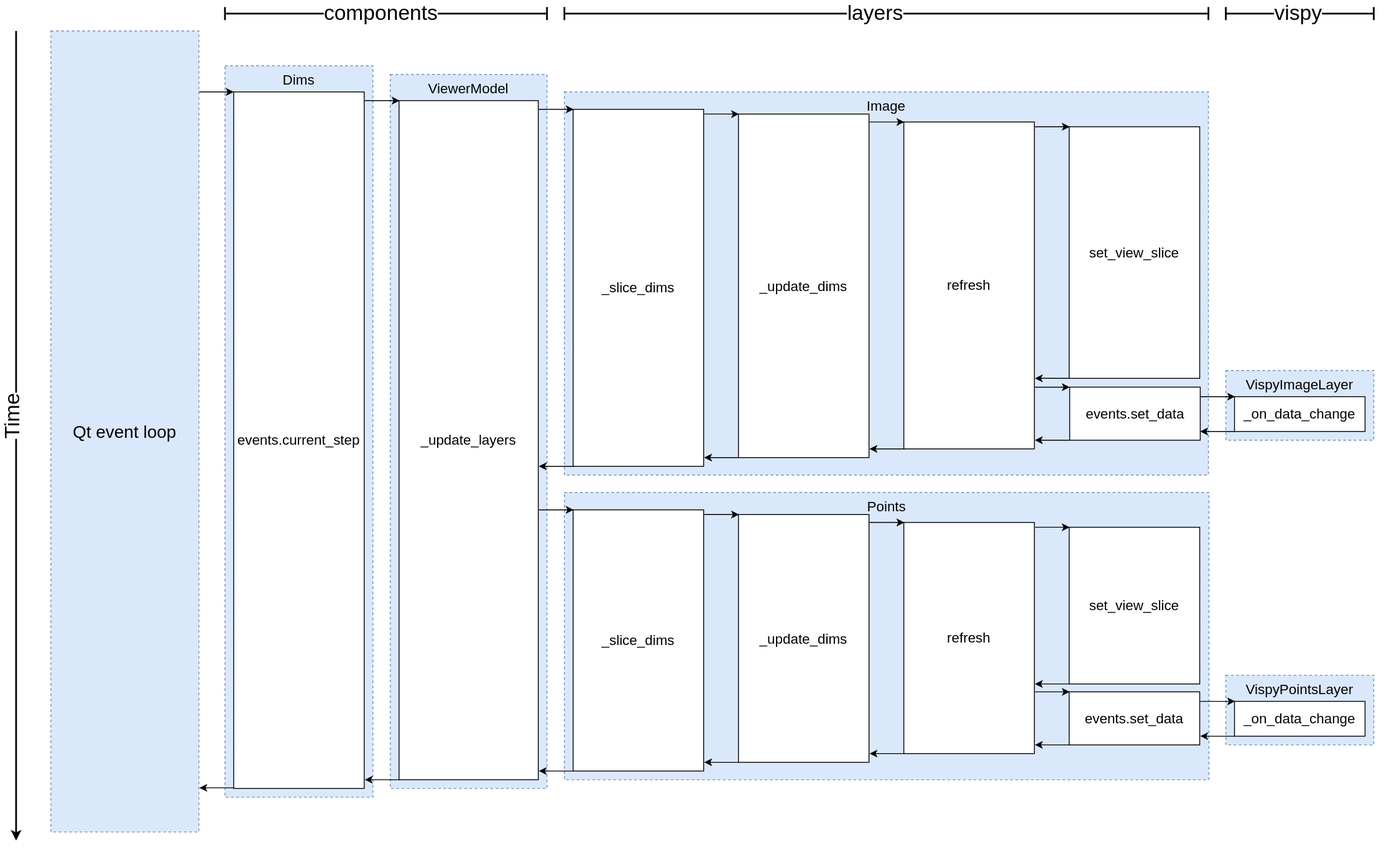
Above: napari-slicing-sync-calls.drawio.svg in andy-sweet/napari-diagrams (draw.io), before the change. Source tidied: cells renumbered, new cells last; positions are measured from the earlier drawing's top-left corner, leaving out a move shared by most shapes.
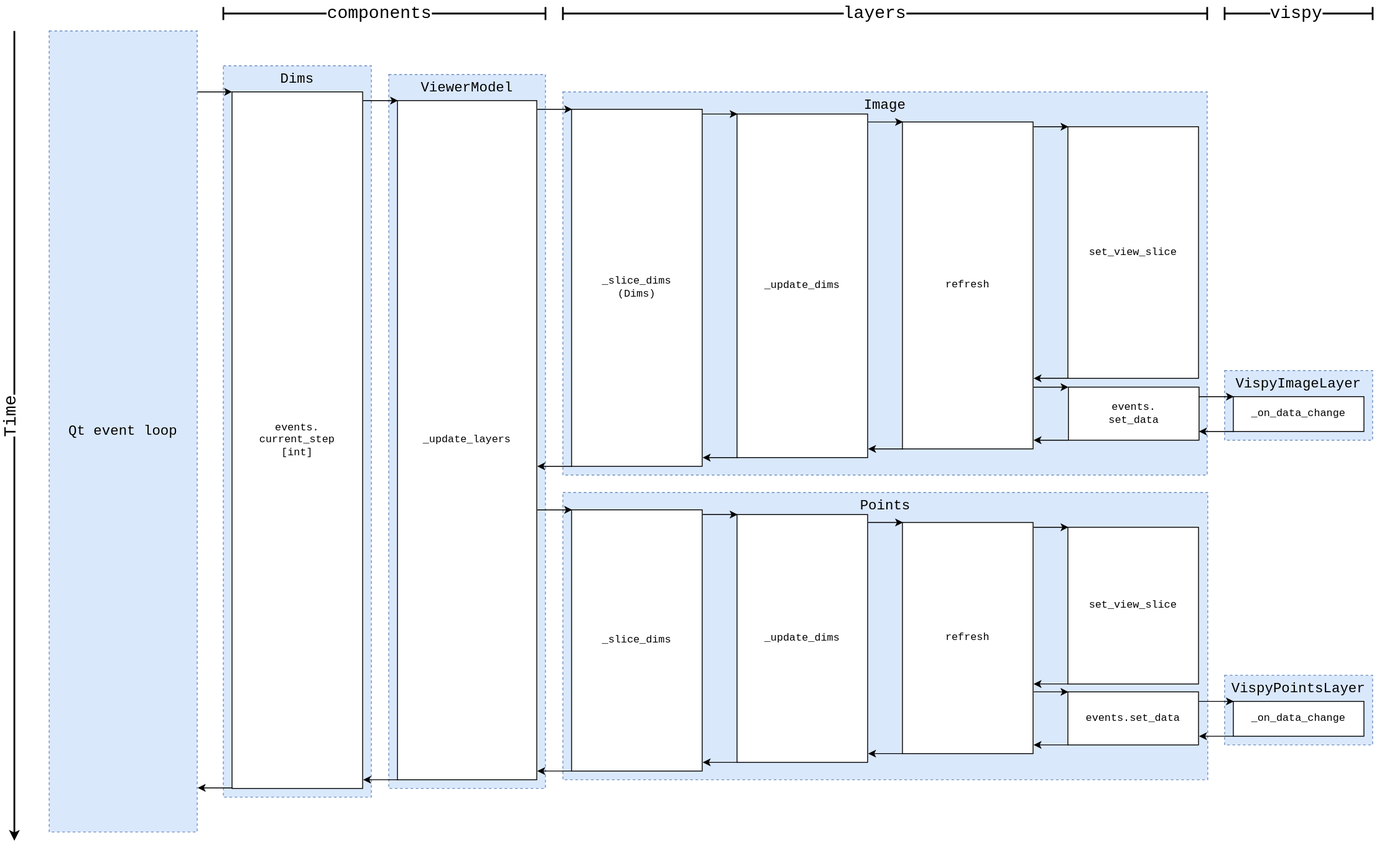
After the commit.

Change to the diagram source:
```diff
@@ -4,39 +4,39 @@
     <mxCell id="1" parent="0" />
-    <mxCell id="2" value="VispyPointsLayer" style="rounded=0;whiteSpace=wrap;html=1;verticalAlign=top;align=center;spacingLeft=0;spacingTop=0;dashed=1;fillColor=#dae8fc;strokeColor=#6c8ebf;fontSize=16;" parent="1" vertex="1">
+    <mxCell id="2" value="VispyPointsLayer" style="rounded=0;whiteSpace=wrap;html=1;verticalAlign=top;align=center;spacingLeft=0;spacingTop=0;dashed=1;fillColor=#dae8fc;strokeColor=#6c8ebf;fontSize=16;fontFamily=Courier New;" parent="1" vertex="1">
       <mxGeometry x="1390" y="760" width="170" height="80" as="geometry" />
     </mxCell>
-    <mxCell id="3" value="VispyImageLayer" style="rounded=0;whiteSpace=wrap;html=1;verticalAlign=top;align=center;spacingLeft=0;spacingTop=0;dashed=1;fillColor=#dae8fc;strokeColor=#6c8ebf;fontSize=16;" parent="1" vertex="1">
+    <mxCell id="3" value="VispyImageLayer" style="rounded=0;whiteSpace=wrap;html=1;verticalAlign=top;align=center;spacingLeft=0;spacingTop=0;dashed=1;fillColor=#dae8fc;strokeColor=#6c8ebf;fontSize=16;fontFamily=Courier New;" parent="1" vertex="1">
       <mxGeometry x="1390" y="410" width="170" height="80" as="geometry" />
     </mxCell>
-    <mxCell id="4" value="ViewerModel" style="rounded=0;whiteSpace=wrap;html=1;verticalAlign=top;align=center;spacingLeft=0;spacingTop=0;dashed=1;fillColor=#dae8fc;strokeColor=#6c8ebf;fontSize=16;" parent="1" vertex="1">
+    <mxCell id="4" value="ViewerModel" style="rounded=0;whiteSpace=wrap;html=1;verticalAlign=top;align=center;spacingLeft=0;spacingTop=0;dashed=1;fillColor=#dae8fc;strokeColor=#6c8ebf;fontSize=16;fontFamily=Courier New;" parent="1" vertex="1">
       <mxGeometry x="430" y="70" width="180" height="820" as="geometry" />
     </mxCell>
-    <mxCell id="5" value="_update_layers" style="rounded=0;whiteSpace=wrap;html=1;fontSize=16;" parent="1" vertex="1">
+    <mxCell id="5" value="_update_layers" style="rounded=0;whiteSpace=wrap;html=1;fontSize=12;fontFamily=Courier New;" parent="1" vertex="1">
       <mxGeometry x="440" y="100" width="160" height="780" as="geometry" />
     </mxCell>
-    <mxCell id="6" value="Dims" style="rounded=0;whiteSpace=wrap;html=1;verticalAlign=top;align=center;spacingLeft=0;spacingTop=0;dashed=1;fillColor=#dae8fc;strokeColor=#6c8ebf;fontSize=16;" parent="1" vertex="1">
+    <mxCell id="6" value="Dims" style="rounded=0;whiteSpace=wrap;html=1;verticalAlign=top;align=center;spacingLeft=0;spacingTop=0;dashed=1;fillColor=#dae8fc;strokeColor=#6c8ebf;fontSize=16;fontFamily=Courier New;" parent="1" vertex="1">
       <mxGeometry x="240" y="60" width="170" height="840" as="geometry" />
     </mxCell>
-    <mxCell id="7" value="events.current_step" style="rounded=0;whiteSpace=wrap;html=1;fontSize=16;" parent="1" vertex="1">
+    <mxCell id="7" value="events.&lt;br style=&quot;font-size: 12px;&quot;&gt;current_step&lt;br style=&quot;font-size: 12px;&quot;&gt;[int]" style="rounded=0;whiteSpace=wrap;html=1;fontSize=12;fontFamily=Courier New;" parent="1" vertex="1">
       <mxGeometry x="250" y="90" width="150" height="800" as="geometry" />
     </mxCell>
-    <mxCell id="8" value="Image" style="rounded=0;whiteSpace=wrap;html=1;verticalAlign=top;align=center;spacingLeft=0;spacingTop=0;dashed=1;fillColor=#dae8fc;strokeColor=#6c8ebf;fontSize=16;" parent="1" vertex="1">
+    <mxCell id="8" value="Image" style="rounded=0;whiteSpace=wrap;html=1;verticalAlign=top;align=center;spacingLeft=0;spacingTop=0;dashed=1;fillColor=#dae8fc;strokeColor=#6c8ebf;fontSize=16;fontFamily=Courier New;" parent="1" vertex="1">
       <mxGeometry x="630" y="90" width="740" height="440" as="geometry" />
     </mxCell>
-    <mxCell id="9" value="_slice_dims" style="rounded=0;whiteSpace=wrap;html=1;fontSize=16;" parent="1" vertex="1">
+    <mxCell id="9" value="_slice_dims&lt;br&gt;(Dims)" style="rounded=0;whiteSpace=wrap;html=1;fontSize=12;fontFamily=Courier New;" parent="1" vertex="1">
       <mxGeometry x="640" y="110" width="150" height="410" as="geometry" />
     </mxCell>
-    <mxCell id="10" value="_update_dims" style="rounded=0;whiteSpace=wrap;html=1;fontSize=16;" parent="1" vertex="1">
+    <mxCell id="10" value="_update_dims" style="rounded=0;whiteSpace=wrap;html=1;fontSize=12;fontFamily=Courier New;" parent="1" vertex="1">
       <mxGeometry x="830" y="115.4" width="150" height="394.6" as="geometry" />
     </mxCell>
-    <mxCell id="11" value="refresh" style="rounded=0;whiteSpace=wrap;html=1;fontSize=16;" parent="1" vertex="1">
+    <mxCell id="11" value="refresh" style="rounded=0;whiteSpace=wrap;html=1;fontSize=12;fontFamily=Courier New;" parent="1" vertex="1">
       <mxGeometry x="1020" y="124.5" width="150" height="375.5" as="geometry" />
     </mxCell>
-    <mxCell id="12" value="set_view_slice" style="rounded=0;whiteSpace=wrap;html=1;fontSize=16;" parent="1" vertex="1">
+    <mxCell id="12" value="set_view_slice" style="rounded=0;whiteSpace=wrap;html=1;fontSize=12;fontFamily=Courier New;" parent="1" vertex="1">
       <mxGeometry x="1210" y="130" width="150" height="289" as="geometry" />
     </mxCell>
-    <mxCell id="13" value="events.set_data" style="rounded=0;whiteSpace=wrap;html=1;fontSize=16;" parent="1" vertex="1">
+    <mxCell id="13" value="events.&lt;br&gt;set_data" style="rounded=0;whiteSpace=wrap;html=1;fontSize=12;fontFamily=Courier New;" parent="1" vertex="1">
       <mxGeometry x="1210.6" y="429.1" width="150" height="60.9" as="geometry" />
     </mxCell>
-    <mxCell id="14" style="endArrow=classic;html=1;rounded=0;" parent="1" edge="1">
+    <mxCell id="14" style="endArrow=classic;html=1;rounded=0;fontFamily=Courier New;" parent="1" edge="1">
       <mxGeometry relative="1" as="geometry">
@@ -46,3 +46,3 @@
     </mxCell>
-    <mxCell id="15" style="endArrow=classic;html=1;rounded=0;" parent="1" edge="1">
+    <mxCell id="15" style="endArrow=classic;html=1;rounded=0;fontFamily=Courier New;" parent="1" edge="1">
       <mxGeometry relative="1" as="geometry">
@@ -52,3 +52,3 @@
     </mxCell>
-    <mxCell id="16" style="endArrow=classic;html=1;rounded=0;" parent="1" edge="1">
+    <mxCell id="16" style="endArrow=classic;html=1;rounded=0;fontFamily=Courier New;" parent="1" edge="1">
       <mxGeometry relative="1" as="geometry">
@@ -58,3 +58,3 @@
     </mxCell>
-    <mxCell id="17" style="endArrow=classic;html=1;rounded=0;" parent="1" edge="1">
+    <mxCell id="17" style="endArrow=classic;html=1;rounded=0;fontFamily=Courier New;" parent="1" edge="1">
       <mxGeometry relative="1" as="geometry">
@@ -64,3 +64,3 @@
     </mxCell>
-    <mxCell id="18" style="endArrow=classic;html=1;rounded=0;" parent="1" edge="1">
+    <mxCell id="18" style="endArrow=classic;html=1;rounded=0;fontFamily=Courier New;" parent="1" edge="1">
       <mxGeometry relative="1" as="geometry">
@@ -70,3 +70,3 @@
     </mxCell>
-    <mxCell id="19" style="endArrow=classic;html=1;rounded=0;" parent="1" edge="1">
+    <mxCell id="19" style="endArrow=classic;html=1;rounded=0;fontFamily=Courier New;" parent="1" edge="1">
       <mxGeometry relative="1" as="geometry">
@@ -76,3 +76,3 @@
     </mxCell>
-    <mxCell id="20" style="endArrow=classic;html=1;rounded=0;" parent="1" edge="1">
+    <mxCell id="20" style="endArrow=classic;html=1;rounded=0;fontFamily=Courier New;" parent="1" edge="1">
       <mxGeometry relative="1" as="geometry">
@@ -82,3 +82,3 @@
     </mxCell>
-    <mxCell id="21" style="endArrow=classic;html=1;rounded=0;" parent="1" edge="1">
+    <mxCell id="21" style="endArrow=classic;html=1;rounded=0;fontFamily=Courier New;" parent="1" edge="1">
       <mxGeometry relative="1" as="geometry">
@@ -88,3 +88,3 @@
     </mxCell>
-    <mxCell id="22" style="endArrow=classic;html=1;rounded=0;" parent="1" edge="1">
+    <mxCell id="22" style="endArrow=classic;html=1;rounded=0;fontFamily=Courier New;" parent="1" edge="1">
       <mxGeometry relative="1" as="geometry">
@@ -94,3 +94,3 @@
     </mxCell>
-    <mxCell id="23" style="endArrow=classic;html=1;rounded=0;" parent="1" edge="1">
+    <mxCell id="23" style="endArrow=classic;html=1;rounded=0;fontFamily=Courier New;" parent="1" edge="1">
       <mxGeometry relative="1" as="geometry">
@@ -100,3 +100,3 @@
     </mxCell>
-    <mxCell id="24" style="endArrow=classic;html=1;rounded=0;" parent="1" edge="1">
+    <mxCell id="24" style="endArrow=classic;html=1;rounded=0;fontFamily=Courier New;" parent="1" edge="1">
       <mxGeometry relative="1" as="geometry">
@@ -106,3 +106,3 @@
     </mxCell>
-    <mxCell id="25" style="endArrow=classic;html=1;rounded=0;" parent="1" edge="1">
+    <mxCell id="25" style="endArrow=classic;html=1;rounded=0;fontFamily=Courier New;" parent="1" edge="1">
       <mxGeometry relative="1" as="geometry">
@@ -112,3 +112,3 @@
     </mxCell>
-    <mxCell id="26" style="endArrow=classic;html=1;rounded=0;" parent="1" edge="1">
+    <mxCell id="26" style="endArrow=classic;html=1;rounded=0;fontFamily=Courier New;" parent="1" edge="1">
       <mxGeometry relative="1" as="geometry">
@@ -118,3 +118,3 @@
     </mxCell>
-    <mxCell id="27" style="endArrow=classic;html=1;rounded=0;" parent="1" edge="1">
+    <mxCell id="27" style="endArrow=classic;html=1;rounded=0;fontFamily=Courier New;" parent="1" edge="1">
       <mxGeometry relative="1" as="geometry">
@@ -124,3 +124,3 @@
     </mxCell>
-    <mxCell id="28" style="endArrow=classic;html=1;rounded=0;" parent="1" edge="1">
+    <mxCell id="28" style="endArrow=classic;html=1;rounded=0;fontFamily=Courier New;" parent="1" edge="1">
       <mxGeometry relative="1" as="geometry">
@@ -130,3 +130,3 @@
     </mxCell>
-    <mxCell id="29" style="endArrow=classic;html=1;rounded=0;" parent="1" edge="1">
+    <mxCell id="29" style="endArrow=classic;html=1;rounded=0;fontFamily=Courier New;" parent="1" edge="1">
       <mxGeometry relative="1" as="geometry">
@@ -136,21 +136,21 @@
     </mxCell>
-    <mxCell id="30" value="Points" style="rounded=0;whiteSpace=wrap;html=1;verticalAlign=top;align=center;spacingLeft=0;spacingTop=0;dashed=1;fillColor=#dae8fc;strokeColor=#6c8ebf;fontSize=16;" parent="1" vertex="1">
+    <mxCell id="30" value="Points" style="rounded=0;whiteSpace=wrap;html=1;verticalAlign=top;align=center;spacingLeft=0;spacingTop=0;dashed=1;fillColor=#dae8fc;strokeColor=#6c8ebf;fontSize=16;fontFamily=Courier New;" parent="1" vertex="1">
       <mxGeometry x="630" y="550" width="740.6" height="330" as="geometry" />
     </mxCell>
-    <mxCell id="31" value="_slice_dims" style="rounded=0;whiteSpace=wrap;html=1;fontSize=16;" parent="1" vertex="1">
+    <mxCell id="31" value="_slice_dims" style="rounded=0;whiteSpace=wrap;html=1;fontSize=12;fontFamily=Courier New;" parent="1" vertex="1">
       <mxGeometry x="640" y="570" width="150" height="300" as="geometry" />
     </mxCell>
-    <mxCell id="32" value="_update_dims" style="rounded=0;whiteSpace=wrap;html=1;fontSize=16;" parent="1" vertex="1">
+    <mxCell id="32" value="_update_dims" style="rounded=0;whiteSpace=wrap;html=1;fontSize=12;fontFamily=Courier New;" parent="1" vertex="1">
       <mxGeometry x="830" y="575.5" width="150" height="284.6" as="geometry" />
     </mxCell>
-    <mxCell id="33" value="refresh" style="rounded=0;whiteSpace=wrap;html=1;fontSize=16;" parent="1" vertex="1">
+    <mxCell id="33" value="refresh" style="rounded=0;whiteSpace=wrap;html=1;fontSize=12;fontFamily=Courier New;" parent="1" vertex="1">
       <mxGeometry x="1020" y="584.5" width="150" height="265.5" as="geometry" />
     </mxCell>
-    <mxCell id="34" value="set_view_slice" style="rounded=0;whiteSpace=wrap;html=1;fontSize=16;" parent="1" vertex="1">
+    <mxCell id="34" value="set_view_slice" style="rounded=0;whiteSpace=wrap;html=1;fontSize=12;fontFamily=Courier New;" parent="1" vertex="1">
       <mxGeometry x="1210" y="590" width="150" height="180" as="geometry" />
     </mxCell>
-    <mxCell id="35" value="events.set_data" style="rounded=0;whiteSpace=wrap;html=1;fontSize=16;" parent="1" vertex="1">
+    <mxCell id="35" value="events.set_data" style="rounded=0;whiteSpace=wrap;html=1;fontSize=12;fontFamily=Courier New;" parent="1" vertex="1">
       <mxGeometry x="1210" y="779.1" width="150" height="60.9" as="geometry" />
     </mxCell>
-    <mxCell id="36" style="endArrow=classic;html=1;rounded=0;" parent="1" edge="1">
+    <mxCell id="36" style="endArrow=classic;html=1;rounded=0;fontFamily=Courier New;" parent="1" edge="1">
       <mxGeometry relative="1" as="geometry">
@@ -160,3 +160,3 @@
     </mxCell>
-    <mxCell id="37" style="endArrow=classic;html=1;rounded=0;" parent="1" edge="1">
+    <mxCell id="37" style="endArrow=classic;html=1;rounded=0;fontFamily=Courier New;" parent="1" edge="1">
       <mxGeometry relative="1" as="geometry">
@@ -166,3 +166,3 @@
     </mxCell>
-    <mxCell id="38" style="endArrow=classic;html=1;rounded=0;" parent="1" edge="1">
+    <mxCell id="38" style="endArrow=classic;html=1;rounded=0;fontFamily=Courier New;" parent="1" edge="1">
       <mxGeometry relative="1" as="geometry">
@@ -172,3 +172,3 @@
     </mxCell>
-    <mxCell id="39" style="endArrow=classic;html=1;rounded=0;" parent="1" edge="1">
+    <mxCell id="39" style="endArrow=classic;html=1;rounded=0;fontFamily=Courier New;" parent="1" edge="1">
       <mxGeometry relative="1" as="geometry">
@@ -178,3 +178,3 @@
     </mxCell>
-    <mxCell id="40" style="endArrow=classic;html=1;rounded=0;" parent="1" edge="1">
+    <mxCell id="40" style="endArrow=classic;html=1;rounded=0;fontFamily=Courier New;" parent="1" edge="1">
       <mxGeometry relative="1" as="geometry">
@@ -184,3 +184,3 @@
     </mxCell>
-    <mxCell id="41" style="endArrow=classic;html=1;rounded=0;" parent="1" edge="1">
+    <mxCell id="41" style="endArrow=classic;html=1;rounded=0;fontFamily=Courier New;" parent="1" edge="1">
       <mxGeometry relative="1" as="geometry">
@@ -190,3 +190,3 @@
     </mxCell>
-    <mxCell id="42" style="endArrow=classic;html=1;rounded=0;" parent="1" edge="1">
+    <mxCell id="42" style="endArrow=classic;html=1;rounded=0;fontFamily=Courier New;" parent="1" edge="1">
       <mxGeometry relative="1" as="geometry">
@@ -196,3 +196,3 @@
     </mxCell>
-    <mxCell id="43" style="endArrow=classic;html=1;rounded=0;" parent="1" edge="1">
+    <mxCell id="43" style="endArrow=classic;html=1;rounded=0;fontFamily=Courier New;" parent="1" edge="1">
       <mxGeometry relative="1" as="geometry">
@@ -202,3 +202,3 @@
     </mxCell>
-    <mxCell id="44" style="endArrow=classic;html=1;rounded=0;" parent="1" edge="1">
+    <mxCell id="44" style="endArrow=classic;html=1;rounded=0;fontFamily=Courier New;" parent="1" edge="1">
       <mxGeometry relative="1" as="geometry">
@@ -208,3 +208,3 @@
     </mxCell>
-    <mxCell id="45" style="endArrow=classic;html=1;rounded=0;" parent="1" edge="1">
+    <mxCell id="45" style="endArrow=classic;html=1;rounded=0;fontFamily=Courier New;" parent="1" edge="1">
       <mxGeometry relative="1" as="geometry">
@@ -214,3 +214,3 @@
     </mxCell>
-    <mxCell id="46" style="endArrow=classic;html=1;rounded=0;" parent="1" edge="1">
+    <mxCell id="46" style="endArrow=classic;html=1;rounded=0;fontFamily=Courier New;" parent="1" edge="1">
       <mxGeometry relative="1" as="geometry">
@@ -220,3 +220,3 @@
     </mxCell>
-    <mxCell id="47" style="endArrow=classic;html=1;rounded=0;" parent="1" edge="1">
+    <mxCell id="47" style="endArrow=classic;html=1;rounded=0;fontFamily=Courier New;" parent="1" edge="1">
       <mxGeometry relative="1" as="geometry">
@@ -226,9 +226,9 @@
     </mxCell>
-    <mxCell id="48" value="_on_data_change" style="rounded=0;whiteSpace=wrap;html=1;fontSize=16;" parent="1" vertex="1">
+    <mxCell id="48" value="_on_data_change" style="rounded=0;whiteSpace=wrap;html=1;fontSize=12;fontFamily=Courier New;" parent="1" vertex="1">
       <mxGeometry x="1400" y="440" width="150" height="40" as="geometry" />
     </mxCell>
-    <mxCell id="49" value="_on_data_change" style="rounded=0;whiteSpace=wrap;html=1;fontSize=16;" parent="1" vertex="1">
+    <mxCell id="49" value="_on_data_change" style="rounded=0;whiteSpace=wrap;html=1;fontSize=12;fontFamily=Courier New;" parent="1" vertex="1">
       <mxGeometry x="1400" y="790" width="150" height="40" as="geometry" />
     </mxCell>
-    <mxCell id="50" style="endArrow=classic;html=1;rounded=0;fontSize=16;strokeWidth=2;" parent="1" edge="1">
+    <mxCell id="50" style="endArrow=classic;html=1;rounded=0;fontSize=20;strokeWidth=2;fontFamily=Courier New;" parent="1" edge="1">
       <mxGeometry relative="1" as="geometry">
@@ -238,9 +238,9 @@
     </mxCell>
-    <mxCell id="51" value="Time" style="edgeLabel;html=1;align=center;verticalAlign=middle;fontSize=24;horizontal=0;" parent="50" vertex="1">
+    <mxCell id="51" value="Time" style="edgeLabel;html=1;align=center;verticalAlign=middle;fontSize=20;horizontal=0;fontFamily=Courier New;" parent="50" vertex="1">
       <mxGeometry x="-0.04" y="-5" relative="1" as="geometry" />
     </mxCell>
-    <mxCell id="52" value="Qt event loop" style="rounded=0;whiteSpace=wrap;html=1;verticalAlign=middle;align=center;spacingLeft=0;spacingTop=0;dashed=1;fillColor=#dae8fc;strokeColor=#6c8ebf;fontSize=20;horizontal=1;" parent="1" vertex="1">
+    <mxCell id="52" value="Qt event loop" style="rounded=0;whiteSpace=wrap;html=1;verticalAlign=middle;align=center;spacingLeft=0;spacingTop=0;dashed=1;fillColor=#dae8fc;strokeColor=#6c8ebf;fontSize=16;horizontal=1;fontFamily=Courier New;" parent="1" vertex="1">
       <mxGeometry x="40" y="20" width="170" height="920" as="geometry" />
     </mxCell>
-    <mxCell id="53" style="endArrow=baseDash;html=1;rounded=0;fontSize=24;strokeWidth=2;endFill=0;startArrow=baseDash;startFill=0;endSize=12;startSize=12;" parent="1" edge="1">
+    <mxCell id="53" style="endArrow=baseDash;html=1;rounded=0;fontSize=20;strokeWidth=2;endFill=0;startArrow=baseDash;startFill=0;endSize=12;startSize=12;fontFamily=Courier New;" parent="1" edge="1">
       <mxGeometry relative="1" as="geometry">
@@ -250,6 +250,6 @@
     </mxCell>
-    <mxCell id="54" value="components" style="edgeLabel;html=1;align=center;verticalAlign=middle;fontSize=24;" parent="53" vertex="1">
+    <mxCell id="54" value="components" style="edgeLabel;html=1;align=center;verticalAlign=middle;fontSize=20;fontFamily=Courier New;" parent="53" vertex="1">
       <mxGeometry x="-0.04" y="1" relative="1" as="geometry" />
     </mxCell>
-    <mxCell id="55" style="endArrow=baseDash;html=1;rounded=0;fontSize=24;strokeWidth=2;endFill=0;startArrow=baseDash;startFill=0;endSize=12;startSize=12;" parent="1" edge="1">
+    <mxCell id="55" style="endArrow=baseDash;html=1;rounded=0;fontSize=20;strokeWidth=2;endFill=0;startArrow=baseDash;startFill=0;endSize=12;startSize=12;fontFamily=Courier New;" parent="1" edge="1">
       <mxGeometry relative="1" as="geometry">
@@ -259,6 +259,6 @@
     </mxCell>
-    <mxCell id="56" value="layers" style="edgeLabel;html=1;align=center;verticalAlign=middle;fontSize=24;" parent="55" vertex="1">
+    <mxCell id="56" value="&lt;font style=&quot;font-size: 20px;&quot;&gt;layers&lt;/font&gt;" style="edgeLabel;html=1;align=center;verticalAlign=middle;fontSize=20;fontFamily=Courier New;" parent="55" vertex="1">
       <mxGeometry x="-0.04" y="1" relative="1" as="geometry" />
     </mxCell>
-    <mxCell id="57" style="endArrow=baseDash;html=1;rounded=0;fontSize=24;strokeWidth=2;endFill=0;startArrow=baseDash;startFill=0;endSize=12;startSize=12;" parent="1" edge="1">
+    <mxCell id="57" style="endArrow=baseDash;html=1;rounded=0;fontSize=20;strokeWidth=2;endFill=0;startArrow=baseDash;startFill=0;endSize=12;startSize=12;fontFamily=Courier New;" parent="1" edge="1">
       <mxGeometry relative="1" as="geometry">
@@ -268,3 +268,3 @@
     </mxCell>
-    <mxCell id="58" value="vispy" style="edgeLabel;html=1;align=center;verticalAlign=middle;fontSize=24;" parent="57" vertex="1">
+    <mxCell id="58" value="vispy" style="edgeLabel;html=1;align=center;verticalAlign=middle;fontSize=20;fontFamily=Courier New;" parent="57" vertex="1">
       <mxGeometry x="-0.04" y="1" relative="1" as="geometry" />
```
